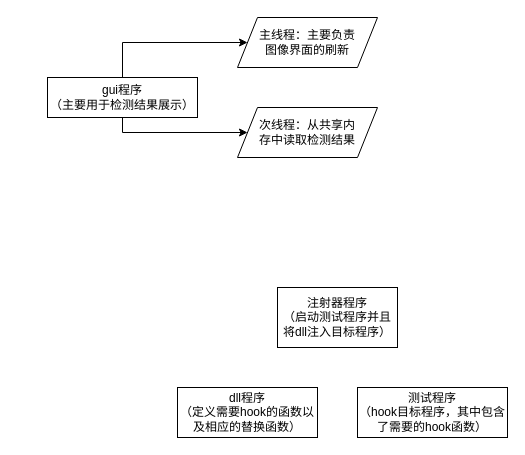
Before: 软件安全课设/软件安全课程设计.drawio in AgentGuo/flow_chart, a draw.io diagram. Source tidied: cells renumbered, new cells numbered last; positions are measured from the earlier drawing's top-left corner, leaving out a move shared by most shapes. Both pictures are drawn from the tidied source at 100%, with x=0, y=0 at pixel (47, 17).
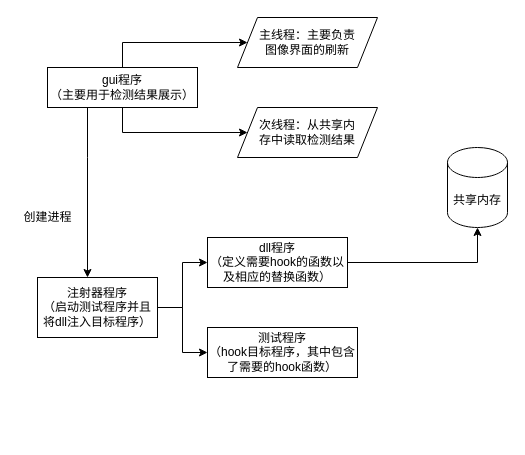
After the change.

Commit message (it also covers changes not shown here):
Update 软件安全课程设计.drawio

Diff of the diagram source:
```diff
@@
+    <mxCell id="10" style="edgeStyle=orthogonalEdgeStyle;rounded=0;jettySize=auto;html=1;" parent="1" edge="1" source="2" target="14">
+      <mxGeometry relative="1" as="geometry" />
+    </mxCell>
     <mxCell id="2" value="dll程序&lt;br&gt;（定义需要hook的函数以及相应的替换函数）" style="rounded=0;whiteSpace=wrap;html=1;" parent="1" vertex="1">
-      <mxGeometry x="130" y="370" width="140" height="50" as="geometry" />
+      <mxGeometry x="160" y="220" width="140" height="50" as="geometry" />
     </mxCell>
+    <mxCell id="11" style="edgeStyle=orthogonalEdgeStyle;rounded=0;jettySize=auto;html=1;" parent="1" edge="1" source="3" target="2">
+      <mxGeometry relative="1" as="geometry" />
+    </mxCell>
+    <mxCell id="12" style="edgeStyle=orthogonalEdgeStyle;rounded=0;jettySize=auto;html=1;" parent="1" edge="1" source="3" target="4">
+      <mxGeometry relative="1" as="geometry" />
+    </mxCell>
     <mxCell id="3" value="注射器程序&lt;br&gt;（启动测试程序并且将dll注入目标程序）" style="whiteSpace=wrap;html=1;" parent="1" vertex="1">
-      <mxGeometry x="230" y="270" width="120" height="60" as="geometry" />
+      <mxGeometry x="-10" y="260" width="120" height="60" as="geometry" />
     </mxCell>
     <mxCell id="4" value="测试程序&lt;br&gt;（hook目标程序，其中包含了需要的hook函数）" style="whiteSpace=wrap;html=1;" parent="1" vertex="1">
-      <mxGeometry x="310" y="370" width="150" height="50" as="geometry" />
+      <mxGeometry x="160" y="310" width="150" height="50" as="geometry" />
     </mxCell>
@@
+    <mxCell id="13" style="edgeStyle=orthogonalEdgeStyle;rounded=0;jettySize=auto;html=1;" parent="1" edge="1" source="7" target="3">
+      <mxGeometry relative="1" as="geometry">
+        <Array as="points">
+          <mxPoint x="40" y="140" />
+          <mxPoint x="40" y="140" />
+        </Array>
+      </mxGeometry>
+    </mxCell>
     <mxCell id="7" value="gui程序&lt;br&gt;（主要用于检测结果展示）" style="whiteSpace=wrap;html=1;" parent="1" vertex="1">
-      <mxGeometry y="60" width="150" height="40" as="geometry" />
+      <mxGeometry y="50" width="150" height="40" as="geometry" />
     </mxCell>
@@
+    <mxCell id="14" value="共享内存" style="shape=cylinder3;whiteSpace=wrap;html=1;boundedLbl=1;backgroundOutline=1;size=15;" parent="1" vertex="1">
+      <mxGeometry x="400" y="130" width="60" height="80" as="geometry" />
+    </mxCell>
+    <mxCell id="15" value="创建进程" style="text;html=1;align=center;verticalAlign=middle;" parent="1" vertex="1">
+      <mxGeometry x="-30" y="190" width="60" height="20" as="geometry" />
+    </mxCell>
```
